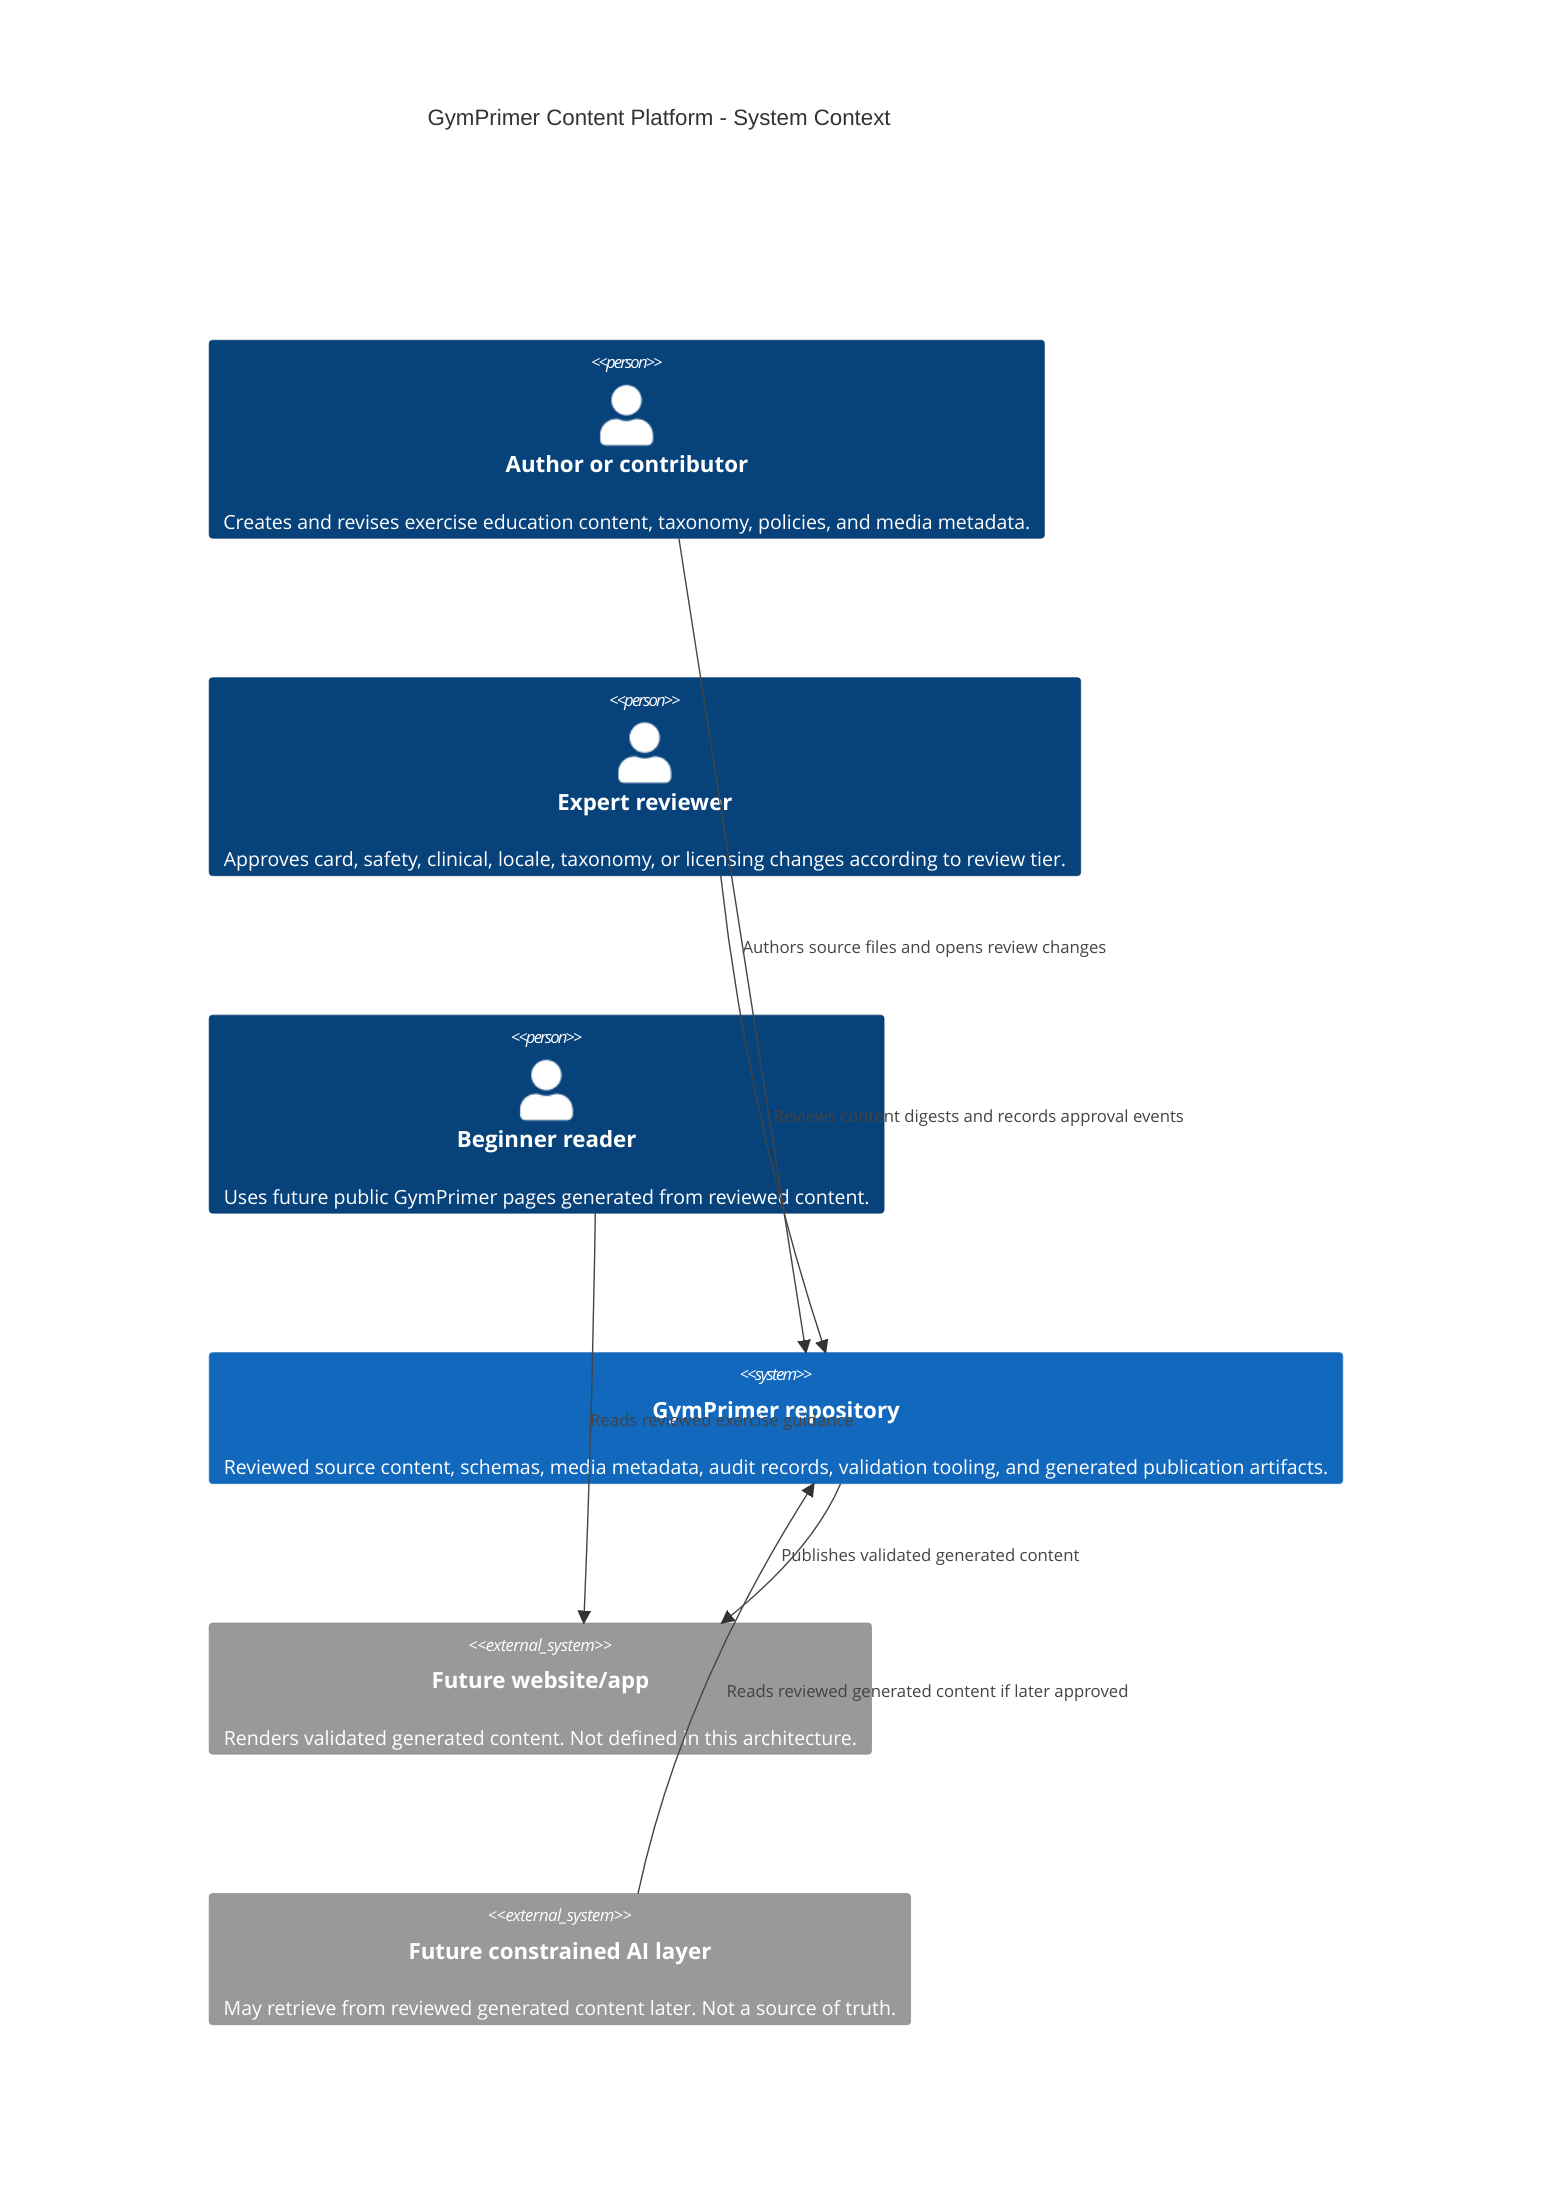
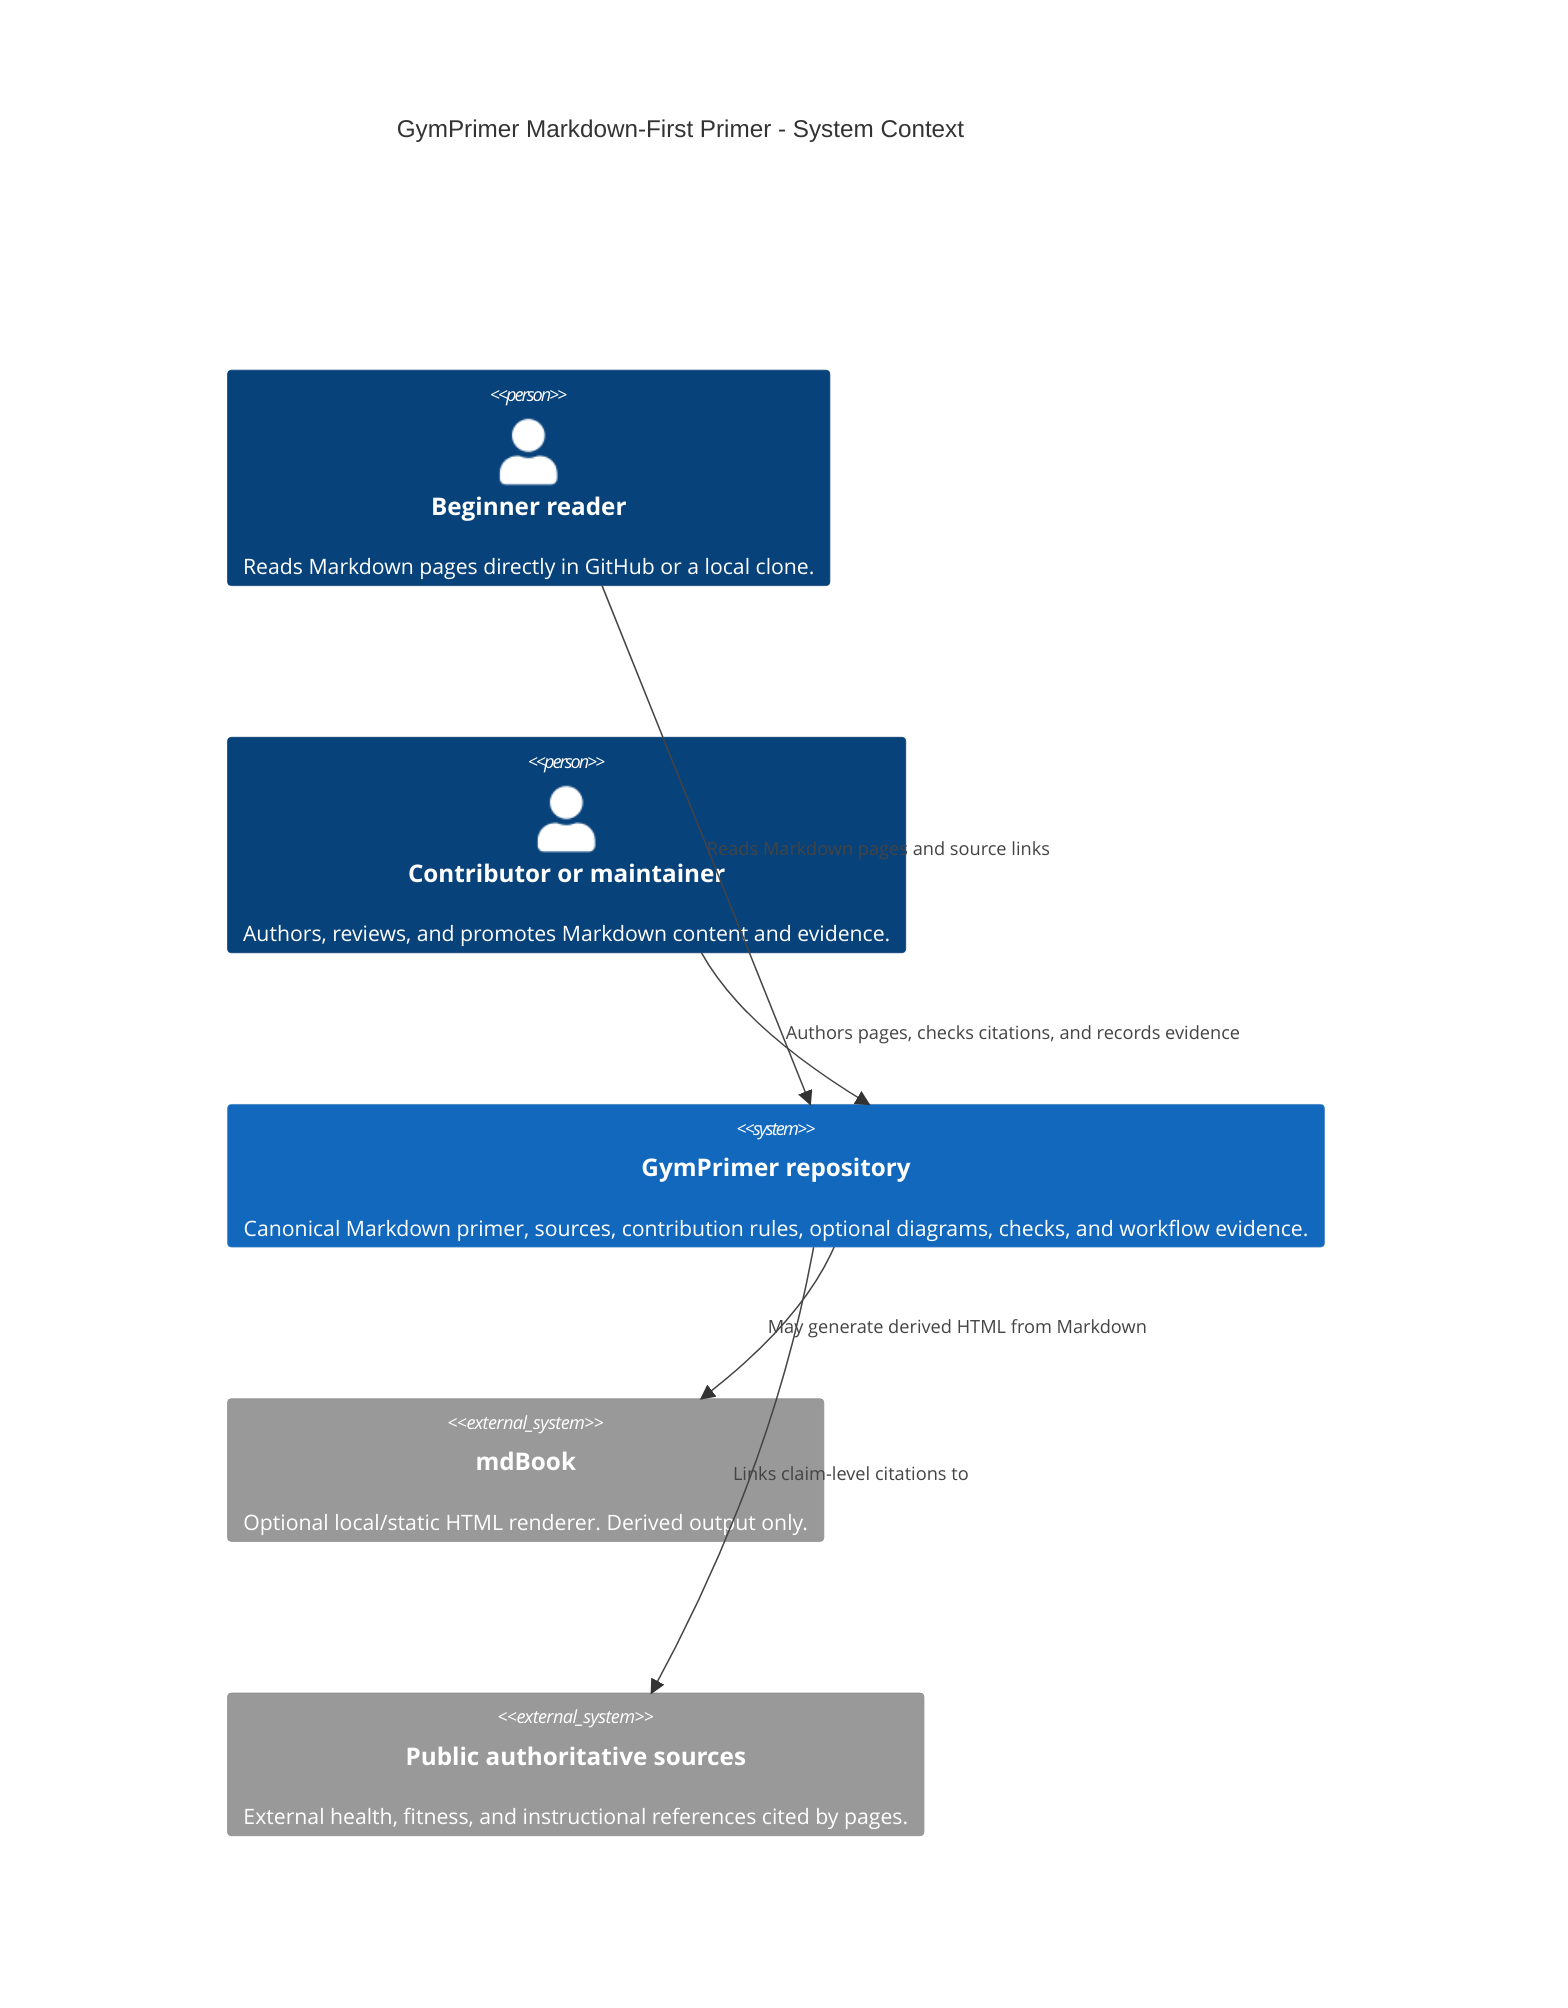
C4Context
-   title GymPrimer Content Platform - System Context
+   title GymPrimer Markdown-First Primer - System Context

-   Person(author, "Author or contributor", "Creates and revises exercise education content, taxonomy, policies, and media metadata.")
-   Person(reviewer, "Expert reviewer", "Approves card, safety, clinical, locale, taxonomy, or licensing changes according to review tier.")
-   Person(beginner, "Beginner reader", "Uses future public GymPrimer pages generated from reviewed content.")
+   Person(beginner, "Beginner reader", "Reads Markdown pages directly in GitHub or a local clone.")
+   Person(contributor, "Contributor or maintainer", "Authors, reviews, and promotes Markdown content and evidence.")

-   System(repo, "GymPrimer repository", "Reviewed source content, schemas, media metadata, audit records, validation tooling, and generated publication artifacts.")
-   System_Ext(future_ui, "Future website/app", "Renders validated generated content. Not defined in this architecture.")
-   System_Ext(future_ai, "Future constrained AI layer", "May retrieve from reviewed generated content later. Not a source of truth.")
+   System(repo, "GymPrimer repository", "Canonical Markdown primer, sources, contribution rules, optional diagrams, checks, and workflow evidence.")
+   System_Ext(mdbook, "mdBook", "Optional local/static HTML renderer. Derived output only.")
+   System_Ext(public_sources, "Public authoritative sources", "External health, fitness, and instructional references cited by pages.")

-   Rel(author, repo, "Authors source files and opens review changes")
-   Rel(reviewer, repo, "Reviews content digests and records approval events")
-   Rel(repo, future_ui, "Publishes validated generated content")
-   Rel(beginner, future_ui, "Reads reviewed exercise guidance")
-   Rel(future_ai, repo, "Reads reviewed generated content if later approved")
+   Rel(beginner, repo, "Reads Markdown pages and source links")
+   Rel(contributor, repo, "Authors pages, checks citations, and records evidence")
+   Rel(repo, mdbook, "May generate derived HTML from Markdown")
+   Rel(repo, public_sources, "Links claim-level citations to")
